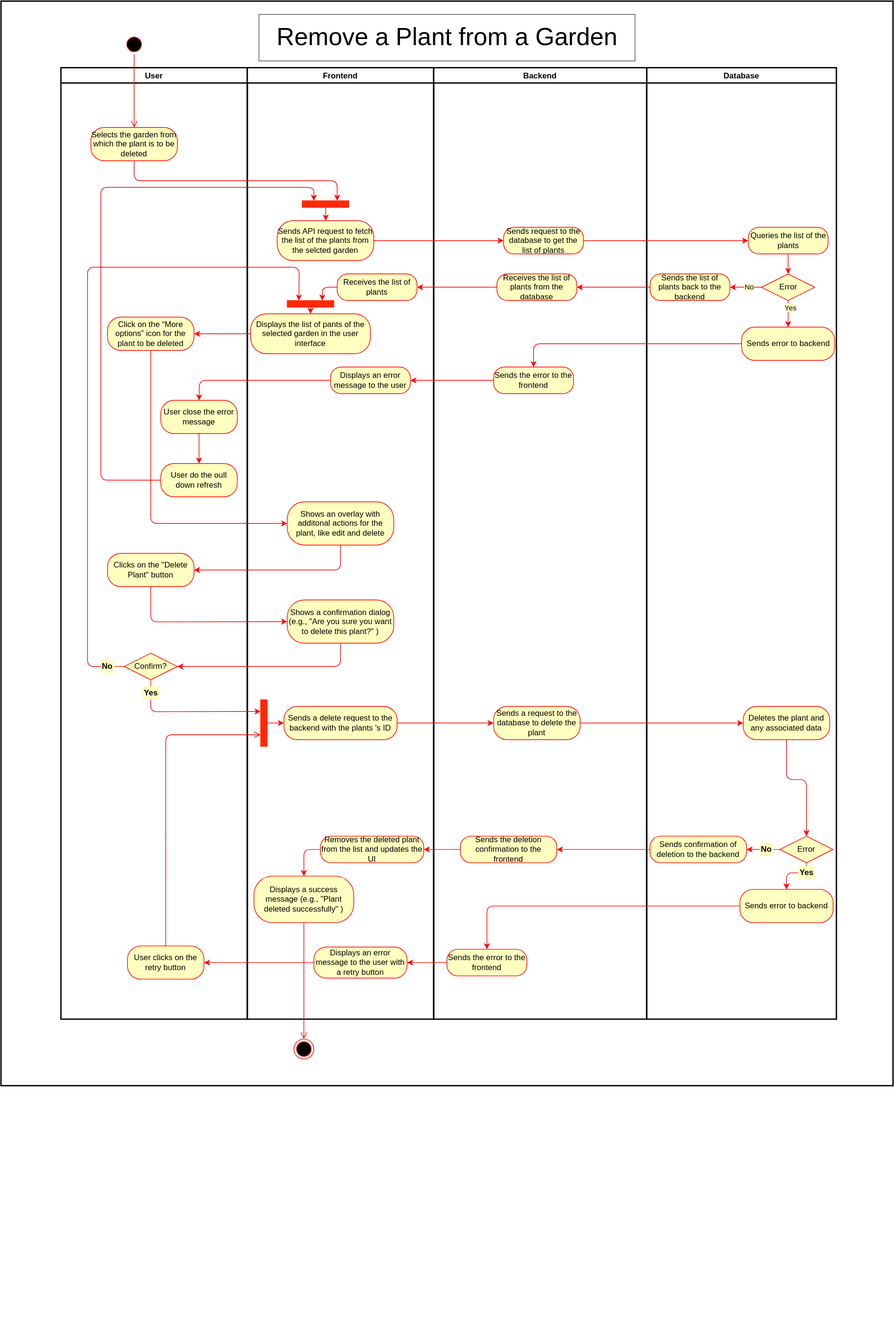
Earlier version of the draw.io export docs/assets/svg/useCaseDiagrams/deletePlant.drawio.svg (Green-Fingers-App/gardeningApp). Source tidied: cells renumbered, new cells last; positions are measured from the earlier drawing's top-left corner, leaving out a move shared by most shapes.
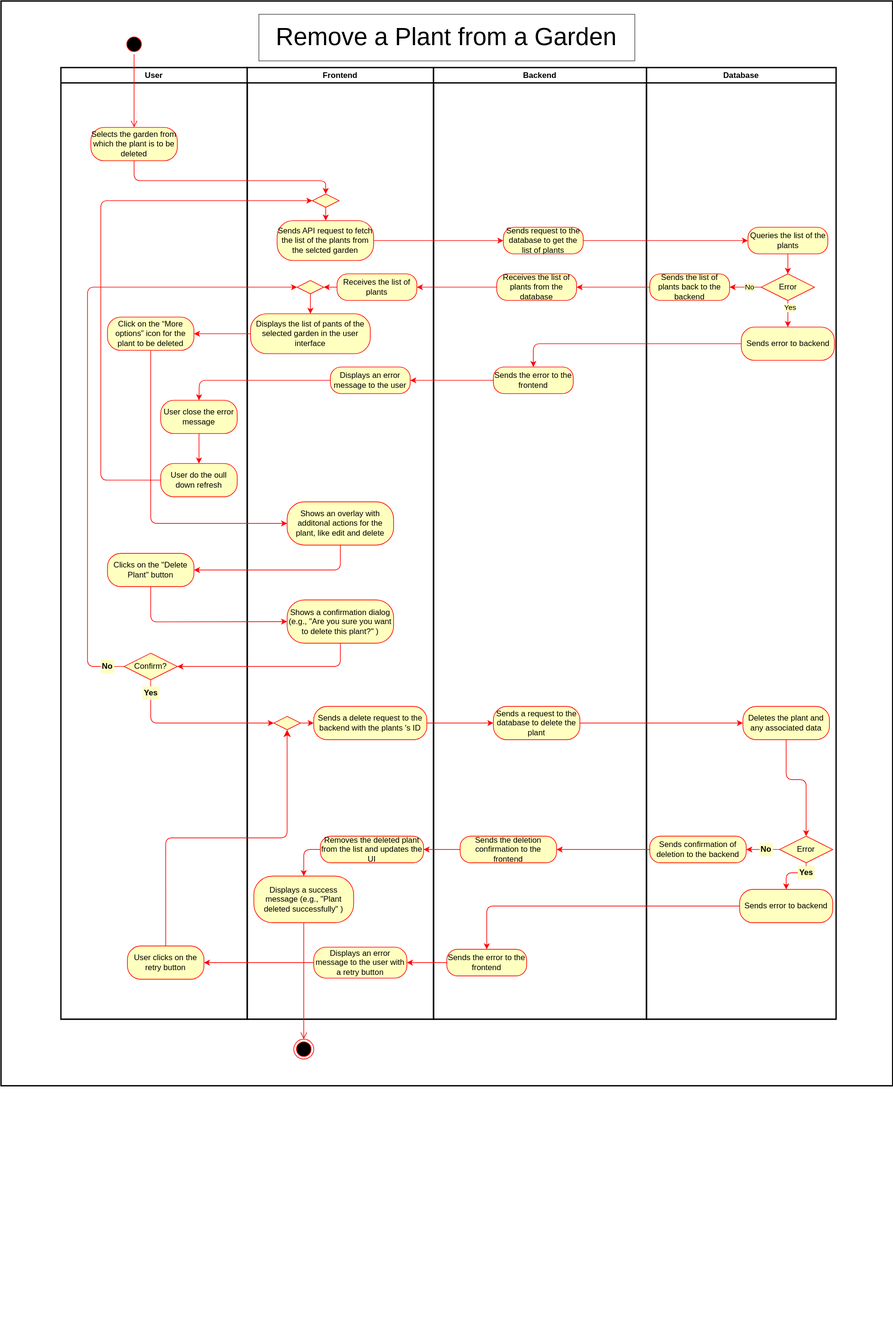
Later version of the same file.

Commit message:
Correct the forks in the UC delete plant activity diagram

The edit, as a diff of the source:
```diff
@@ -63,23 +63,17 @@
       <mxGeometry x="60" y="800" width="160" height="65" as="geometry" />
     </mxCell>
     <mxCell id="22" value="&lt;span class=&quot;hljs-string&quot;&gt;Sends&lt;/span&gt; &lt;span class=&quot;hljs-string&quot;&gt;a&lt;/span&gt; &lt;span class=&quot;hljs-string&quot;&gt;delete&lt;/span&gt; &lt;span class=&quot;hljs-string&quot;&gt;request&lt;/span&gt; &lt;span class=&quot;hljs-string&quot;&gt;to&lt;/span&gt; &lt;span class=&quot;hljs-string&quot;&gt;the&lt;/span&gt; &lt;span class=&quot;hljs-string&quot;&gt;backend&lt;/span&gt; &lt;span class=&quot;hljs-string&quot;&gt;with&lt;/span&gt; &lt;span class=&quot;hljs-string&quot;&gt;the&lt;/span&gt;&amp;nbsp;plants&lt;span class=&quot;hljs-string&quot;&gt;'s&lt;/span&gt; &lt;span class=&quot;hljs-string&quot;&gt;ID&lt;/span&gt;" style="rounded=1;whiteSpace=wrap;html=1;arcSize=40;fontColor=#000000;fillColor=#ffffc0;strokeColor=#ff0000;" parent="19" vertex="1">
-      <mxGeometry x="55" y="960" width="170" height="50" as="geometry" />
+      <mxGeometry x="100" y="960" width="170" height="50" as="geometry" />
     </mxCell>
     <mxCell id="23" value="Displays an error message to the user with a retry button" style="rounded=1;whiteSpace=wrap;html=1;arcSize=40;fontColor=#000000;fillColor=#ffffc0;strokeColor=#ff0000;" parent="19" vertex="1">
       <mxGeometry x="100" y="1321.7" width="140" height="46.7" as="geometry" />
     </mxCell>
-    <mxCell id="24" style="rounded=0;whiteSpace=wrap;html=1;strokeColor=#ff2905;fillColor=#ff2905;" parent="19" vertex="1">
-      <mxGeometry x="60" y="350" width="70" height="10" as="geometry" />
-    </mxCell>
-    <mxCell id="25" style="rounded=0;whiteSpace=wrap;html=1;strokeColor=#ff2905;fillColor=#ff2905;" parent="19" vertex="1">
-      <mxGeometry x="82.5" y="200" width="70" height="10" as="geometry" />
-    </mxCell>
-    <mxCell id="26" style="rounded=0;whiteSpace=wrap;html=1;strokeColor=#ff2905;fillColor=#ff2905;rotation=90;" parent="19" vertex="1">
-      <mxGeometry x="-10" y="980" width="70" height="10" as="geometry" />
-    </mxCell>
-    <mxCell id="27" style="edgeStyle=none;html=1;strokeColor=#FF0000;fontColor=#000000;entryX=0;entryY=0.5;entryDx=0;entryDy=0;exitX=0.5;exitY=0;exitDx=0;exitDy=0;" parent="19" edge="1" source="26" target="22">
+    <mxCell id="27" style="edgeStyle=none;html=1;strokeColor=#FF0000;fontColor=#000000;entryX=0;entryY=0.5;entryDx=0;entryDy=0;exitX=1;exitY=0.5;exitDx=0;exitDy=0;" parent="19" edge="1" source="93" target="22">
       <mxGeometry relative="1" as="geometry" />
     </mxCell>
+    <mxCell id="93" style="rhombus;whiteSpace=wrap;html=1;fillColor=#ffffc0;strokeColor=#ff0000;fontColor=#000000;" parent="19" vertex="1">
+      <mxGeometry x="40" y="975" width="40" height="20" as="geometry" />
+    </mxCell>
     <mxCell id="28" value="Backend" style="swimlane;strokeColor=#000000;strokeWidth=2;fillColor=#FFFFFF;fontColor=#000000;" parent="3" vertex="1">
       <mxGeometry x="560" width="320" height="1430" as="geometry" />
     </mxCell>
@@ -102,22 +96,13 @@
     <mxCell id="33" style="edgeStyle=none;html=1;strokeColor=#FF0000;fontColor=#000000;entryX=0;entryY=0.5;entryDx=0;entryDy=0;" parent="3" edge="1" source="20" target="29">
       <mxGeometry relative="1" as="geometry" />
     </mxCell>
-    <mxCell id="34" style="edgeStyle=none;html=1;exitX=0;exitY=0.5;exitDx=0;exitDy=0;strokeColor=#FF0000;entryX=0.25;entryY=0;entryDx=0;entryDy=0;startArrow=none;" parent="3" edge="1" source="15" target="24">
-      <mxGeometry relative="1" as="geometry">
-        <Array as="points">
-          <mxPoint x="40" y="900" />
-          <mxPoint x="40" y="300" />
-          <mxPoint x="358" y="300" />
-        </Array>
-      </mxGeometry>
-    </mxCell>
     <mxCell id="35" style="edgeStyle=none;html=1;exitX=1;exitY=0.5;exitDx=0;exitDy=0;strokeColor=#FF0000;fontColor=#000000;" parent="3" edge="1" source="29" target="7">
       <mxGeometry relative="1" as="geometry" />
     </mxCell>
-    <mxCell id="36" style="edgeStyle=none;html=1;exitX=0.5;exitY=1;exitDx=0;exitDy=0;strokeColor=#FF0000;entryX=0.25;entryY=1;entryDx=0;entryDy=0;" parent="3" edge="1" source="17" target="26">
+    <mxCell id="36" style="edgeStyle=none;html=1;exitX=0.5;exitY=1;exitDx=0;exitDy=0;strokeColor=#FF0000;entryX=0;entryY=0.5;entryDx=0;entryDy=0;" parent="3" edge="1" source="17" target="93">
       <mxGeometry relative="1" as="geometry">
         <Array as="points">
-          <mxPoint x="135" y="968" />
+          <mxPoint x="135" y="985" />
         </Array>
       </mxGeometry>
     </mxCell>
@@ -155,13 +140,6 @@
     <mxCell id="46" value="Sends the list&amp;nbsp;&lt;span style=&quot;border-color: var(--border-color);&quot; class=&quot;hljs-keyword&quot;&gt;of&lt;/span&gt;&amp;nbsp;plants back&amp;nbsp;&lt;span style=&quot;border-color: var(--border-color);&quot; class=&quot;hljs-keyword&quot;&gt;to&lt;/span&gt;&amp;nbsp;the backend" style="rounded=1;whiteSpace=wrap;html=1;arcSize=40;fontColor=#000000;fillColor=#ffffc0;strokeColor=#ff0000;" parent="1" vertex="1">
       <mxGeometry x="975" y="410" width="120" height="40" as="geometry" />
     </mxCell>
-    <mxCell id="47" style="edgeStyle=none;html=1;exitX=0;exitY=0.5;exitDx=0;exitDy=0;entryX=0.75;entryY=0;entryDx=0;entryDy=0;strokeColor=#FF0000;fontColor=#000000;" parent="1" edge="1" source="48" target="24">
-      <mxGeometry relative="1" as="geometry">
-        <Array as="points">
-          <mxPoint x="483" y="430" />
-        </Array>
-      </mxGeometry>
-    </mxCell>
     <mxCell id="48" value="Receives the list&amp;nbsp;&lt;span style=&quot;border-color: var(--border-color);&quot; class=&quot;hljs-keyword&quot;&gt;of&lt;/span&gt;&amp;nbsp;plants" style="rounded=1;whiteSpace=wrap;html=1;arcSize=40;fontColor=#000000;fillColor=#ffffc0;strokeColor=#ff0000;" parent="1" vertex="1">
       <mxGeometry x="505" y="410" width="120" height="40" as="geometry" />
     </mxCell>
@@ -196,11 +174,11 @@
     <mxCell id="57" value="Yes" style="edgeLabel;html=1;align=center;verticalAlign=middle;fontColor=#000000;labelBackgroundColor=#ffffc0;" parent="1" vertex="1">
       <mxGeometry x="1185" y="460" as="geometry" />
     </mxCell>
-    <mxCell id="58" style="edgeStyle=none;html=1;exitX=0.5;exitY=1;exitDx=0;exitDy=0;strokeColor=#FF0000;fontColor=#000000;entryX=0.75;entryY=0;entryDx=0;entryDy=0;" parent="1" edge="1" source="43" target="25">
+    <mxCell id="58" style="edgeStyle=none;html=1;exitX=0.5;exitY=1;exitDx=0;exitDy=0;strokeColor=#FF0000;fontColor=#000000;entryX=0.5;entryY=0;entryDx=0;entryDy=0;" parent="1" edge="1" source="43" target="96">
       <mxGeometry relative="1" as="geometry">
         <Array as="points">
           <mxPoint x="200" y="270" />
-          <mxPoint x="505" y="270" />
+          <mxPoint x="488" y="270" />
         </Array>
       </mxGeometry>
     </mxCell>
@@ -303,7 +281,7 @@
     <mxCell id="82" style="edgeStyle=orthogonalEdgeStyle;html=1;verticalAlign=bottom;endArrow=open;endSize=8;strokeColor=#ff0000;labelBackgroundColor=#FFFFFF;fontColor=#050505;exitX=0.5;exitY=1;exitDx=0;exitDy=0;entryX=0.5;entryY=0;entryDx=0;entryDy=0;" parent="1" edge="1" source="64" target="32">
       <mxGeometry relative="1" as="geometry" />
     </mxCell>
-    <mxCell id="83" style="edgeStyle=none;html=1;exitX=0.5;exitY=1;exitDx=0;exitDy=0;strokeColor=#FF0000;fontColor=#000000;" parent="1" edge="1" source="24" target="49">
+    <mxCell id="83" style="edgeStyle=none;html=1;exitX=0.5;exitY=1;exitDx=0;exitDy=0;strokeColor=#FF0000;fontColor=#000000;" parent="1" edge="1" source="94" target="49">
       <mxGeometry relative="1" as="geometry" />
     </mxCell>
     <mxCell id="84" value="User close the error message" style="rounded=1;whiteSpace=wrap;html=1;arcSize=40;fontColor=#000000;fillColor=#ffffc0;strokeColor=#ff0000;" parent="1" vertex="1">
@@ -322,16 +300,16 @@
     <mxCell id="87" style="edgeStyle=none;html=1;exitX=0.5;exitY=1;exitDx=0;exitDy=0;entryX=0.5;entryY=0;entryDx=0;entryDy=0;strokeColor=#FF0000;fontColor=#000000;" parent="1" edge="1" source="84" target="85">
       <mxGeometry relative="1" as="geometry" />
     </mxCell>
-    <mxCell id="88" style="edgeStyle=none;html=1;exitX=0;exitY=0.5;exitDx=0;exitDy=0;strokeColor=#FF0000;fontColor=#000000;entryX=0.25;entryY=0;entryDx=0;entryDy=0;" parent="1" edge="1" source="85" target="25">
+    <mxCell id="88" style="edgeStyle=none;html=1;exitX=0;exitY=0.5;exitDx=0;exitDy=0;strokeColor=#FF0000;fontColor=#000000;entryX=0;entryY=0.5;entryDx=0;entryDy=0;" parent="1" edge="1" source="85" target="96">
       <mxGeometry relative="1" as="geometry">
         <Array as="points">
           <mxPoint x="150" y="720" />
-          <mxPoint x="150" y="280" />
-          <mxPoint x="470" y="280" />
+          <mxPoint x="150" y="300" />
+          <mxPoint x="430" y="300" />
         </Array>
       </mxGeometry>
     </mxCell>
-    <mxCell id="89" style="edgeStyle=none;html=1;strokeColor=#FF0000;fontColor=#000000;" parent="1" edge="1" source="25">
+    <mxCell id="89" style="edgeStyle=none;html=1;strokeColor=#FF0000;fontColor=#000000;exitX=0.5;exitY=1;exitDx=0;exitDy=0;" parent="1" edge="1" source="96">
       <mxGeometry relative="1" as="geometry">
         <mxPoint x="488" y="330" as="targetPoint" />
       </mxGeometry>
@@ -342,8 +320,26 @@
     <mxCell id="91" style="edgeStyle=none;html=1;strokeColor=#FF0000;fontColor=#000000;exitX=0;exitY=0.5;exitDx=0;exitDy=0;entryX=1;entryY=0.5;entryDx=0;entryDy=0;" parent="1" edge="1" source="23" target="90">
       <mxGeometry relative="1" as="geometry" />
     </mxCell>
-    <mxCell id="92" style="edgeStyle=orthogonalEdgeStyle;html=1;verticalAlign=bottom;endArrow=open;endSize=8;strokeColor=#ff0000;labelBackgroundColor=#FFFFFF;fontColor=#050505;exitX=0.5;exitY=0;exitDx=0;exitDy=0;entryX=0.75;entryY=1;entryDx=0;entryDy=0;" parent="1" edge="1" source="90" target="26">
+    <mxCell id="92" style="edgeStyle=orthogonalEdgeStyle;html=1;verticalAlign=bottom;endArrow=classic;endSize=8;strokeColor=#ff0000;labelBackgroundColor=#FFFFFF;fontColor=#050505;exitX=0.5;exitY=0;exitDx=0;exitDy=0;entryX=0.5;entryY=1;entryDx=0;entryDy=0;endFill=1;" parent="1" edge="1" source="90" target="93">
       <mxGeometry relative="1" as="geometry" />
     </mxCell>
+    <mxCell id="94" style="rhombus;whiteSpace=wrap;html=1;fillColor=#ffffc0;strokeColor=#ff0000;fontColor=#000000;" parent="1" vertex="1">
+      <mxGeometry x="445" y="420" width="40" height="20" as="geometry" />
+    </mxCell>
+    <mxCell id="95" style="edgeStyle=none;html=1;exitX=0;exitY=0.5;exitDx=0;exitDy=0;strokeColor=#FF0000;fontColor=#000000;entryX=1;entryY=0.5;entryDx=0;entryDy=0;" parent="1" edge="1" source="48" target="94">
+      <mxGeometry relative="1" as="geometry" />
+    </mxCell>
+    <mxCell id="34" style="edgeStyle=none;html=1;exitX=0;exitY=0.5;exitDx=0;exitDy=0;strokeColor=#FF0000;entryX=0;entryY=0.5;entryDx=0;entryDy=0;startArrow=none;" parent="1" edge="1" source="15" target="94">
+      <mxGeometry relative="1" as="geometry">
+        <Array as="points">
+          <mxPoint x="130" y="1000" />
+          <mxPoint x="130" y="430" />
+          <mxPoint x="410" y="430" />
+        </Array>
+      </mxGeometry>
+    </mxCell>
+    <mxCell id="96" style="rhombus;whiteSpace=wrap;html=1;fillColor=#ffffc0;strokeColor=#ff0000;fontColor=#000000;" parent="1" vertex="1">
+      <mxGeometry x="468" y="290" width="40" height="20" as="geometry" />
+    </mxCell>
   </root>
 </mxGraphModel>
```
